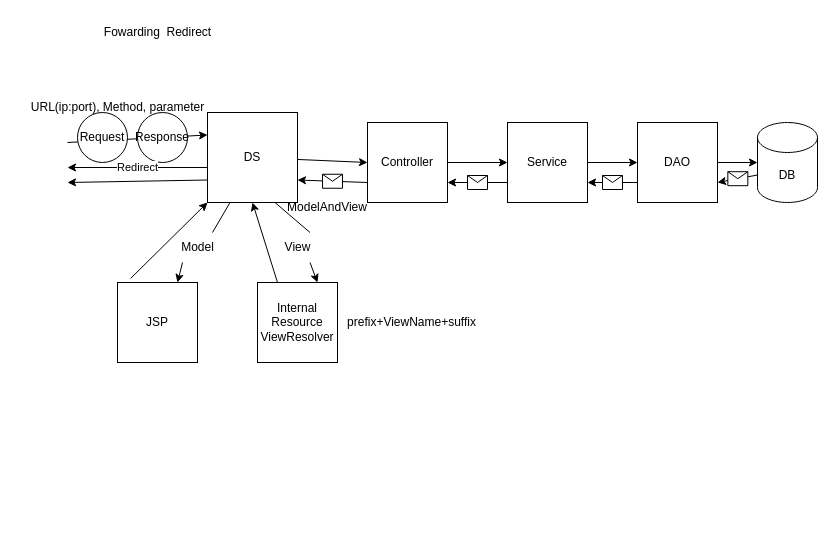
The draw.io diagram page "페이지-1" (1 of 3) of 제목 없는 다이어그램.drawio in wuxinanzi/GDJ60_Spring-1, before the edit. Source tidied: cells renumbered, new cells numbered last; positions are measured from the earlier drawing's top-left corner, leaving out a move shared by most shapes. Both pictures are drawn from the tidied source at 100%, with x=0, y=0 at pixel (17, 17).
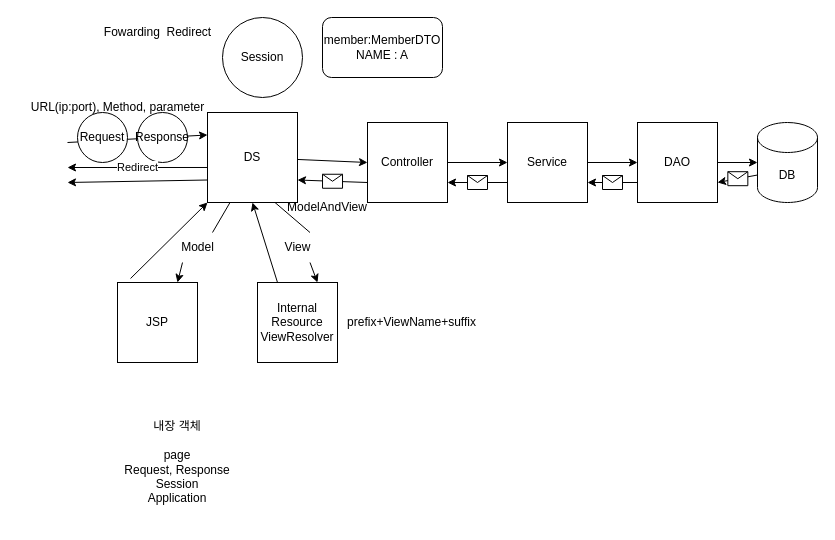
The same page after the edit.

What changed in the source:
```diff
@@
+    <mxCell id="38" value="내장 객체&lt;br&gt;&lt;br&gt;page&lt;br&gt;Request, Response&lt;br&gt;Session&lt;br&gt;Application" style="text;html=1;strokeColor=none;fillColor=none;align=center;verticalAlign=middle;whiteSpace=wrap;rounded=0;" parent="1" vertex="1">
+      <mxGeometry x="80" y="385" width="160" height="120" as="geometry" />
+    </mxCell>
+    <mxCell id="39" value="member:MemberDTO&lt;br&gt;NAME : A" style="rounded=1;whiteSpace=wrap;html=1;" parent="1" vertex="1">
+      <mxGeometry x="305" width="120" height="60" as="geometry" />
+    </mxCell>
+    <mxCell id="40" value="Session" style="ellipse;whiteSpace=wrap;html=1;" parent="1" vertex="1">
+      <mxGeometry x="205" width="80" height="80" as="geometry" />
+    </mxCell>
```
